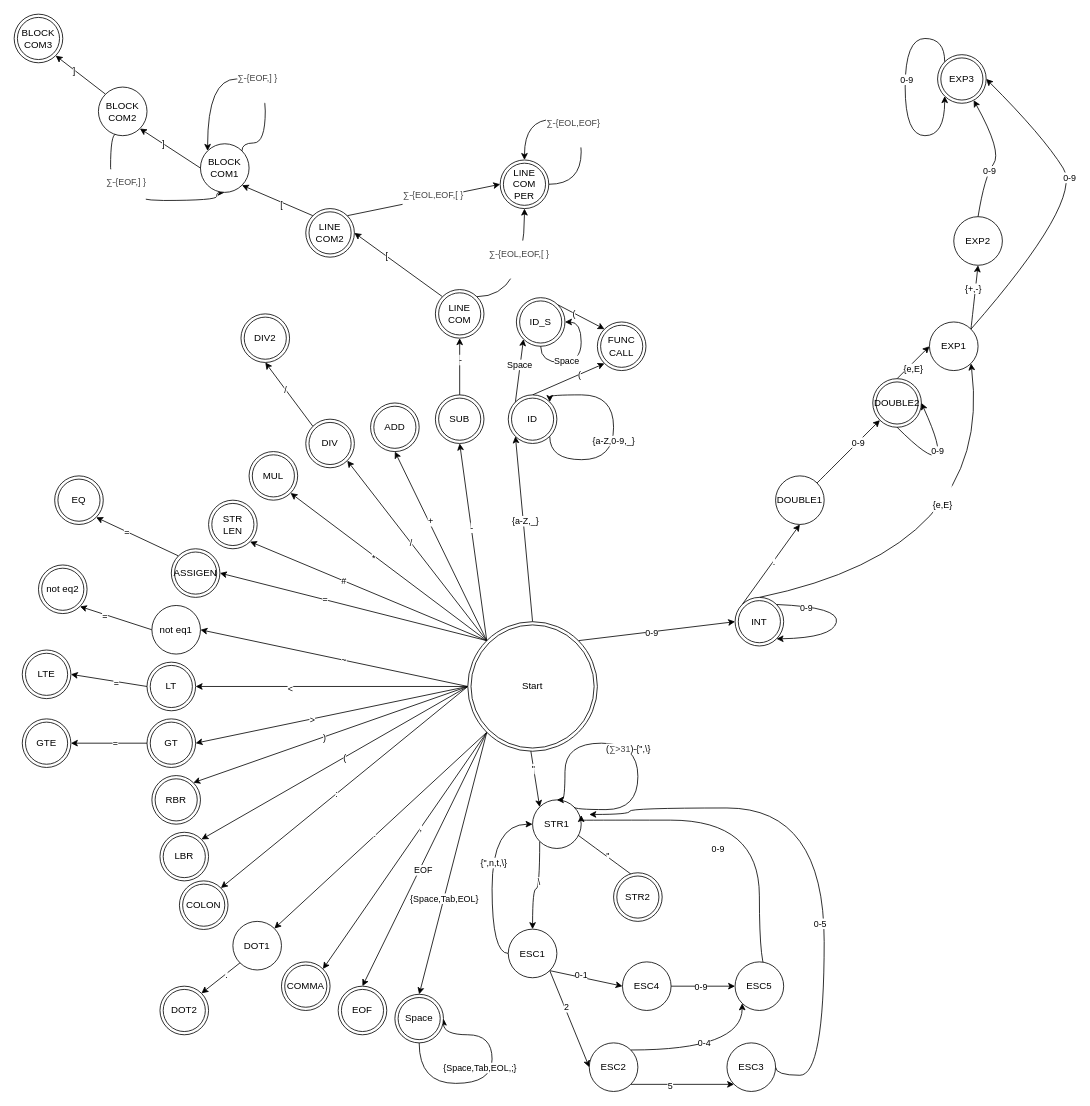
Before: doc/scaner/scaner.drawio in JakubKomar/Prekladac-jazyka-teal, a draw.io diagram. Source tidied: cells renumbered, new cells numbered last; positions are measured from the earlier drawing's top-left corner, leaving out a move shared by most shapes. Both pictures are drawn from the tidied source at 81%, with x=0, y=0 at pixel (14, 14).
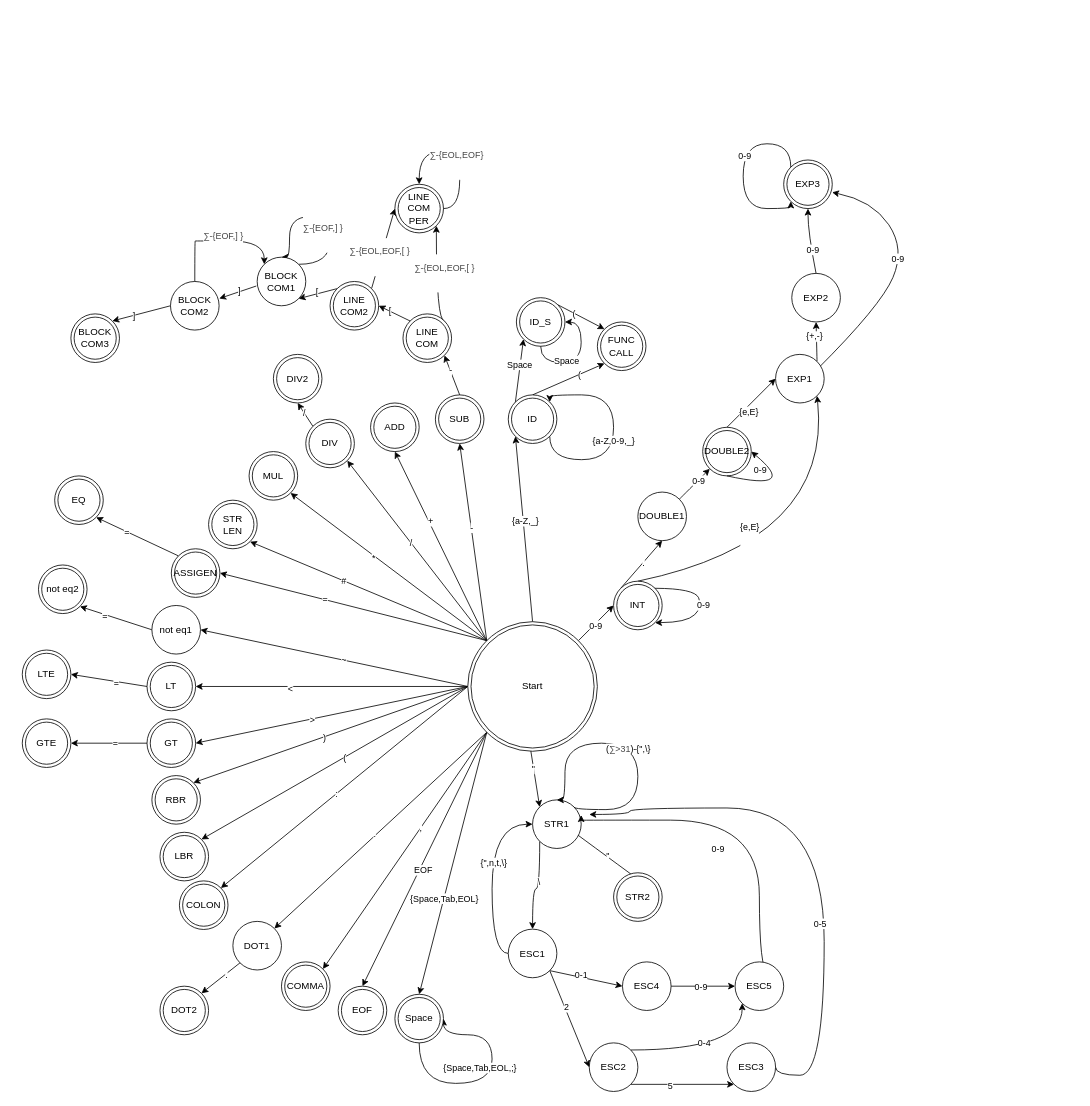
Above is the later version.

The change refers to these unchanged cells:
```xml
<mxCell id="51" value="SUB" style="ellipse;shape=doubleEllipse;whiteSpace=wrap;html=1;" parent="1" vertex="1">
  <mxGeometry x="520" y="470" width="60" height="60" as="geometry" />
</mxCell>
<mxCell id="57" style="rounded=0;jettySize=auto;html=1;exitX=1;exitY=0;exitDx=0;exitDy=0;entryX=0;entryY=0.5;entryDx=0;entryDy=0;" parent="1" edge="1" source="61" target="62">
  <mxGeometry relative="1" as="geometry" />
</mxCell>
<mxCell id="59" style="edgeStyle=none;rounded=0;jettySize=auto;html=1;exitX=0;exitY=0;exitDx=0;exitDy=0;entryX=1;entryY=1;entryDx=0;entryDy=0;" parent="1" edge="1" source="61" target="160">
  <mxGeometry relative="1" as="geometry" />
</mxCell>
```

The edit, as a diff of the source:
```diff
@@
-    <mxCell id="49" style="edgeStyle=none;rounded=0;jettySize=auto;html=1;exitX=0.5;exitY=0;exitDx=0;exitDy=0;entryX=0.5;entryY=1;entryDx=0;entryDy=0;" parent="1" edge="1" source="51" target="56">
+    <mxCell id="49" style="edgeStyle=none;rounded=0;jettySize=auto;html=1;exitX=0.5;exitY=0;exitDx=0;exitDy=0;entryX=1;entryY=1;entryDx=0;entryDy=0;" parent="1" edge="1" source="51" target="56">
       <mxGeometry relative="1" as="geometry" />
     </mxCell>
@@
-    <mxCell id="54" style="edgeStyle=orthogonalEdgeStyle;curved=1;rounded=0;jettySize=auto;html=1;exitX=1;exitY=0;exitDx=0;exitDy=0;entryX=0.5;entryY=1;entryDx=0;entryDy=0;" parent="1" edge="1" source="56" target="62">
-      <mxGeometry relative="1" as="geometry" />
+    <mxCell id="54" style="edgeStyle=orthogonalEdgeStyle;curved=1;rounded=0;jettySize=auto;html=1;exitX=1;exitY=0;exitDx=0;exitDy=0;entryX=1;entryY=1;entryDx=0;entryDy=0;" parent="1" edge="1" source="56" target="62">
+      <mxGeometry relative="1" as="geometry">
+        <Array as="points">
+          <mxPoint x="521" y="379" />
+        </Array>
+      </mxGeometry>
     </mxCell>
     <mxCell id="55" value="&lt;h1 class=&quot;entry-title&quot; style=&quot;margin: 0px 0px 20px ; padding: 0px ; border: 0px ; vertical-align: baseline ; clear: both ; line-height: 1.2 ; font-weight: normal ; color: rgb(68 , 68 , 68) ; font-family: &amp;#34;ubuntu&amp;#34; , &amp;#34;helvetica&amp;#34; , &amp;#34;arial&amp;#34; , sans-serif&quot;&gt;&lt;font style=&quot;font-size: 11px&quot;&gt;∑&lt;/font&gt;&lt;font style=&quot;font-size: 11px&quot;&gt;-{EOL,EOF,[ }&lt;/font&gt;&lt;/h1&gt;" style="edgeLabel;html=1;align=center;verticalAlign=middle;" parent="54" vertex="1">
-      <mxGeometry x="0.25" y="8" relative="1" as="geometry" />
+      <mxGeometry x="0.25" y="8" relative="1" as="geometry">
+        <mxPoint x="17" y="11" as="offset" />
+      </mxGeometry>
     </mxCell>
     <mxCell id="56" value="LINE COM" style="ellipse;shape=doubleEllipse;whiteSpace=wrap;html=1;" parent="1" vertex="1">
-      <mxGeometry x="520" y="340" width="60" height="60" as="geometry" />
+      <mxGeometry x="480" y="370" width="60" height="60" as="geometry" />
     </mxCell>
@@
     <mxCell id="58" value="&lt;h1 class=&quot;entry-title&quot; style=&quot;margin: 0px 0px 20px ; padding: 0px ; border: 0px ; vertical-align: baseline ; clear: both ; line-height: 1.2 ; font-weight: normal ; color: rgb(68 , 68 , 68) ; font-family: &amp;#34;ubuntu&amp;#34; , &amp;#34;helvetica&amp;#34; , &amp;#34;arial&amp;#34; , sans-serif&quot;&gt;&lt;font style=&quot;font-size: 11px&quot;&gt;∑&lt;/font&gt;&lt;font style=&quot;font-size: 11px&quot;&gt;-{EOL,EOF,[ }&lt;/font&gt;&lt;/h1&gt;" style="edgeLabel;html=1;align=center;verticalAlign=middle;" parent="57" vertex="1">
-      <mxGeometry x="0.11" y="-3" relative="1" as="geometry" />
+      <mxGeometry x="0.11" y="-3" relative="1" as="geometry">
+        <mxPoint x="-10" y="15" as="offset" />
+      </mxGeometry>
     </mxCell>
@@
     <mxCell id="60" value="[" style="edgeLabel;html=1;align=center;verticalAlign=middle;" parent="59" vertex="1">
       <mxGeometry x="0.23" y="-2" relative="1" as="geometry">
-        <mxPoint x="14" y="12" as="offset" />
+        <mxPoint x="4" y="-2" as="offset" />
       </mxGeometry>
     </mxCell>
     <mxCell id="61" value="LINE COM2" style="ellipse;shape=doubleEllipse;whiteSpace=wrap;html=1;" parent="1" vertex="1">
-      <mxGeometry x="360" y="240" width="60" height="60" as="geometry" />
+      <mxGeometry x="390" y="330" width="60" height="60" as="geometry" />
     </mxCell>
     <mxCell id="62" value="LINE COM PER" style="ellipse;shape=doubleEllipse;whiteSpace=wrap;html=1;" parent="1" vertex="1">
-      <mxGeometry x="600" y="180" width="60" height="60" as="geometry" />
+      <mxGeometry x="470" y="210" width="60" height="60" as="geometry" />
     </mxCell>
-    <mxCell id="63" style="rounded=0;jettySize=auto;html=1;exitX=0;exitY=0.5;exitDx=0;exitDy=0;entryX=1;entryY=1;entryDx=0;entryDy=0;" parent="1" edge="1" source="160" target="161">
+    <mxCell id="63" style="rounded=0;jettySize=auto;html=1;exitX=-0.017;exitY=0.593;exitDx=0;exitDy=0;entryX=1.003;entryY=0.351;entryDx=0;entryDy=0;entryPerimeter=0;exitPerimeter=0;" parent="1" edge="1" source="160" target="161">
       <mxGeometry relative="1" as="geometry" />
     </mxCell>
     <mxCell id="64" value="]" style="edgeLabel;html=1;align=center;verticalAlign=middle;" parent="63" vertex="1">
-      <mxGeometry x="0.24" y="1" relative="1" as="geometry" />
+      <mxGeometry x="0.24" y="1" relative="1" as="geometry">
+        <mxPoint x="7" y="-5" as="offset" />
+      </mxGeometry>
     </mxCell>
     <mxCell id="65" style="edgeStyle=orthogonalEdgeStyle;rounded=0;orthogonalLoop=1;jettySize=auto;html=1;exitX=1;exitY=0.5;exitDx=0;exitDy=0;entryX=0.5;entryY=0;entryDx=0;entryDy=0;curved=1;" parent="1" edge="1" source="62" target="62">
       <mxGeometry relative="1" as="geometry">
         <Array as="points">
-          <mxPoint x="700" y="210" />
-          <mxPoint x="700" y="130" />
-          <mxPoint x="630" y="130" />
+          <mxPoint x="550" y="240" />
+          <mxPoint x="550" y="170" />
+          <mxPoint x="500" y="170" />
         </Array>
       </mxGeometry>
     </mxCell>
@@
-    <mxCell id="68" style="edgeStyle=orthogonalEdgeStyle;curved=1;rounded=0;orthogonalLoop=1;jettySize=auto;html=1;exitX=1;exitY=0;exitDx=0;exitDy=0;entryX=0;entryY=0;entryDx=0;entryDy=0;" parent="1" edge="1" source="160" target="160">
+    <mxCell id="68" style="edgeStyle=orthogonalEdgeStyle;curved=1;rounded=0;orthogonalLoop=1;jettySize=auto;html=1;exitX=1;exitY=0;exitDx=0;exitDy=0;entryX=0.5;entryY=0;entryDx=0;entryDy=0;" parent="1" edge="1" source="160" target="160">
       <mxGeometry relative="1" as="geometry">
         <Array as="points">
-          <mxPoint x="281" y="159" />
-          <mxPoint x="310" y="159" />
-          <mxPoint x="310" y="80" />
-          <mxPoint x="239" y="80" />
+          <mxPoint x="390" y="309" />
+          <mxPoint x="390" y="250" />
+          <mxPoint x="340" y="250" />
+          <mxPoint x="340" y="300" />
         </Array>
       </mxGeometry>
     </mxCell>
     <mxCell id="69" value="&lt;h1 class=&quot;entry-title&quot; style=&quot;margin: 0px 0px 20px ; padding: 0px ; border: 0px ; vertical-align: baseline ; clear: both ; line-height: 1.2 ; font-weight: normal ; color: rgb(68 , 68 , 68) ; font-family: &amp;#34;ubuntu&amp;#34; , &amp;#34;helvetica&amp;#34; , &amp;#34;arial&amp;#34; , sans-serif&quot;&gt;&lt;font style=&quot;font-size: 11px&quot;&gt;∑&lt;/font&gt;&lt;font style=&quot;font-size: 11px&quot;&gt;-{EOF,] }&lt;/font&gt;&lt;/h1&gt;" style="edgeLabel;html=1;align=center;verticalAlign=middle;" parent="68" vertex="1">
-      <mxGeometry x="-0.08" y="5" relative="1" as="geometry" />
+      <mxGeometry x="-0.08" y="5" relative="1" as="geometry">
+        <mxPoint x="-5" y="18" as="offset" />
+      </mxGeometry>
     </mxCell>
-    <mxCell id="70" style="edgeStyle=orthogonalEdgeStyle;curved=1;rounded=0;jettySize=auto;html=1;exitX=0.36;exitY=0.967;exitDx=0;exitDy=0;entryX=0.5;entryY=1;entryDx=0;entryDy=0;exitPerimeter=0;" parent="1" edge="1" source="161" target="160">
+    <mxCell id="70" style="edgeStyle=orthogonalEdgeStyle;curved=1;rounded=0;jettySize=auto;html=1;exitX=0.5;exitY=0;exitDx=0;exitDy=0;entryX=0;entryY=0;entryDx=0;entryDy=0;" parent="1" edge="1" source="161" target="160">
       <mxGeometry relative="1" as="geometry">
         <Array as="points">
-          <mxPoint x="119" y="148" />
-          <mxPoint x="119" y="230" />
-          <mxPoint x="250" y="230" />
-          <mxPoint x="250" y="220" />
+          <mxPoint x="224" y="280" />
+          <mxPoint x="319" y="280" />
         </Array>
       </mxGeometry>
     </mxCell>
     <mxCell id="71" value="&lt;h1 class=&quot;entry-title&quot; style=&quot;margin: 0px 0px 20px ; padding: 0px ; border: 0px ; vertical-align: baseline ; clear: both ; line-height: 1.2 ; font-weight: normal ; color: rgb(68 , 68 , 68) ; font-family: &amp;#34;ubuntu&amp;#34; , &amp;#34;helvetica&amp;#34; , &amp;#34;arial&amp;#34; , sans-serif&quot;&gt;&lt;font style=&quot;font-size: 11px&quot;&gt;∑&lt;/font&gt;&lt;font style=&quot;font-size: 11px&quot;&gt;-{EOF,] }&lt;/font&gt;&lt;/h1&gt;" style="edgeLabel;html=1;align=center;verticalAlign=middle;" parent="70" vertex="1">
-      <mxGeometry x="-0.11" y="16" relative="1" as="geometry" />
+      <mxGeometry x="-0.11" y="16" relative="1" as="geometry">
+        <mxPoint x="11" y="16" as="offset" />
+      </mxGeometry>
     </mxCell>
-    <mxCell id="72" style="rounded=0;jettySize=auto;html=1;exitX=0;exitY=0;exitDx=0;exitDy=0;entryX=1;entryY=1;entryDx=0;entryDy=0;" parent="1" edge="1" source="161" target="74">
+    <mxCell id="72" style="rounded=0;jettySize=auto;html=1;exitX=0;exitY=0.5;exitDx=0;exitDy=0;entryX=1;entryY=0;entryDx=0;entryDy=0;" parent="1" edge="1" source="161" target="74">
       <mxGeometry relative="1" as="geometry" />
     </mxCell>
@@
     <mxCell id="74" value="BLOCK&lt;br&gt;COM3" style="ellipse;shape=doubleEllipse;whiteSpace=wrap;html=1;" parent="1" vertex="1">
-      <mxGeometry width="60" height="60" as="geometry" />
+      <mxGeometry x="70" y="370" width="60" height="60" as="geometry" />
     </mxCell>
@@
     <mxCell id="97" value="DIV2" style="ellipse;shape=doubleEllipse;whiteSpace=wrap;html=1;" parent="1" vertex="1">
-      <mxGeometry x="280" y="370" width="60" height="60" as="geometry" />
+      <mxGeometry x="320" y="420" width="60" height="60" as="geometry" />
     </mxCell>
@@
     <mxCell id="137" value="&#10;&#10;&lt;span style=&quot;color: rgb(0, 0, 0); font-family: helvetica; font-size: 11px; font-style: normal; font-weight: 400; letter-spacing: normal; text-align: center; text-indent: 0px; text-transform: none; word-spacing: 0px; background-color: rgb(255, 255, 255); display: inline; float: none;&quot;&gt;{e,E}&lt;/span&gt;&#10;&#10;" style="jettySize=auto;html=1;exitX=0.5;exitY=0;exitDx=0;exitDy=0;entryX=1;entryY=1;entryDx=0;entryDy=0;curved=1;" parent="1" edge="1" source="138" target="153">
-      <mxGeometry x="0.36" y="57" relative="1" as="geometry">
+      <mxGeometry x="-0.3" y="37" relative="1" as="geometry">
         <Array as="points">
-          <mxPoint x="1210" y="660" />
+          <mxPoint x="1010" y="650" />
         </Array>
       </mxGeometry>
     </mxCell>
     <mxCell id="138" value="INT" style="ellipse;shape=doubleEllipse;whiteSpace=wrap;html=1;" parent="1" vertex="1">
-      <mxGeometry x="890" y="720" width="60" height="60" as="geometry" />
+      <mxGeometry x="740" y="700" width="60" height="60" as="geometry" />
     </mxCell>
     <mxCell id="139" style="edgeStyle=none;curved=1;orthogonalLoop=1;jettySize=auto;html=1;exitX=1;exitY=0;exitDx=0;exitDy=0;entryX=1;entryY=1;entryDx=0;entryDy=0;" parent="1" edge="1" source="138" target="138">
       <mxGeometry relative="1" as="geometry">
         <Array as="points">
-          <mxPoint x="1020" y="732" />
-          <mxPoint x="1010" y="770" />
+          <mxPoint x="840" y="709" />
+          <mxPoint x="850" y="732" />
+          <mxPoint x="830" y="751" />
         </Array>
       </mxGeometry>
     </mxCell>
     <mxCell id="140" value="0-9" style="edgeLabel;html=1;align=center;verticalAlign=middle;" parent="139" vertex="1">
-      <mxGeometry x="-0.61" y="-2" relative="1" as="geometry" />
+      <mxGeometry x="-0.61" y="-2" relative="1" as="geometry">
+        <mxPoint x="32" y="19" as="offset" />
+      </mxGeometry>
     </mxCell>
@@
     <mxCell id="143" value="DOUBLE2" style="ellipse;shape=doubleEllipse;whiteSpace=wrap;html=1;" parent="1" vertex="1">
-      <mxGeometry x="1060" y="450" width="60" height="60" as="geometry" />
+      <mxGeometry x="850" y="510" width="60" height="60" as="geometry" />
     </mxCell>
@@
     <mxCell id="146" value="DOUBLE1" style="ellipse;whiteSpace=wrap;html=1;" parent="1" vertex="1">
-      <mxGeometry x="940" y="570" width="60" height="60" as="geometry" />
+      <mxGeometry x="770" y="590" width="60" height="60" as="geometry" />
     </mxCell>
     <mxCell id="147" style="edgeStyle=none;curved=1;orthogonalLoop=1;jettySize=auto;html=1;exitX=0.5;exitY=1;exitDx=0;exitDy=0;entryX=1;entryY=0.5;entryDx=0;entryDy=0;" parent="1" edge="1" source="143" target="143">
       <mxGeometry relative="1" as="geometry">
         <Array as="points">
-          <mxPoint x="1170" y="590" />
+          <mxPoint x="970" y="590" />
         </Array>
       </mxGeometry>
     </mxCell>
@@
-    <mxCell id="151" style="edgeStyle=none;curved=1;jettySize=auto;html=1;exitX=1;exitY=0;exitDx=0;exitDy=0;entryX=1;entryY=0.5;entryDx=0;entryDy=0;" parent="1" edge="1" source="153" target="157">
+    <mxCell id="151" style="edgeStyle=none;curved=1;orthogonalLoop=1;jettySize=auto;html=1;exitX=1;exitY=0;exitDx=0;exitDy=0;entryX=1;entryY=0.5;entryDx=0;entryDy=0;" parent="1" edge="1">
       <mxGeometry relative="1" as="geometry">
+        <mxPoint x="991" y="438.8" as="sourcePoint" />
+        <mxPoint x="1009.8" y="220" as="targetPoint" />
         <Array as="points">
-          <mxPoint x="1320" y="230" />
-          <mxPoint x="1270" y="150" />
+          <mxPoint x="1070" y="360" />
+          <mxPoint x="1099.8" y="290" />
+          <mxPoint x="1059.8" y="230" />
         </Array>
       </mxGeometry>
     </mxCell>
     <mxCell id="152" value="0-9" style="edgeLabel;html=1;align=center;verticalAlign=middle;" parent="151" vertex="1">
       <mxGeometry x="-0.21" y="50" relative="1" as="geometry">
-        <mxPoint x="53.3" y="-34.2" as="offset" />
+        <mxPoint x="62" y="-28" as="offset" />
       </mxGeometry>
     </mxCell>
     <mxCell id="153" value="EXP1" style="ellipse;whiteSpace=wrap;html=1;" parent="1" vertex="1">
-      <mxGeometry x="1130" y="380" width="60" height="60" as="geometry" />
+      <mxGeometry x="940" y="420" width="60" height="60" as="geometry" />
     </mxCell>
     <mxCell id="154" style="edgeStyle=none;curved=1;jettySize=auto;html=1;exitX=0.5;exitY=0;exitDx=0;exitDy=0;" parent="1" edge="1" source="156" target="157">
       <mxGeometry relative="1" as="geometry">
         <Array as="points">
-          <mxPoint x="1198" y="200" />
-          <mxPoint x="1220" y="170" />
+          <mxPoint x="980" y="270" />
         </Array>
       </mxGeometry>
     </mxCell>
@@
     <mxCell id="156" value="EXP2" style="ellipse;whiteSpace=wrap;html=1;" parent="1" vertex="1">
-      <mxGeometry x="1160" y="250" width="60" height="60" as="geometry" />
+      <mxGeometry x="960" y="320" width="60" height="60" as="geometry" />
     </mxCell>
     <mxCell id="157" value="EXP3" style="ellipse;shape=doubleEllipse;whiteSpace=wrap;html=1;" parent="1" vertex="1">
-      <mxGeometry x="1140" y="50" width="60" height="60" as="geometry" />
+      <mxGeometry x="950" y="180" width="60" height="60" as="geometry" />
     </mxCell>
     <mxCell id="158" style="edgeStyle=orthogonalEdgeStyle;curved=1;orthogonalLoop=1;jettySize=auto;html=1;exitX=0;exitY=0;exitDx=0;exitDy=0;entryX=0;entryY=1;entryDx=0;entryDy=0;" parent="1" edge="1" source="157" target="157">
       <mxGeometry relative="1" as="geometry">
         <Array as="points">
-          <mxPoint x="1149" y="30" />
-          <mxPoint x="1100" y="30" />
-          <mxPoint x="1100" y="150" />
-          <mxPoint x="1149" y="150" />
+          <mxPoint x="959" y="160" />
+          <mxPoint x="900" y="160" />
+          <mxPoint x="900" y="240" />
+          <mxPoint x="959" y="240" />
         </Array>
       </mxGeometry>
     </mxCell>
@@
     <mxCell id="160" value="&lt;span&gt;BLOCK COM1&lt;/span&gt;" style="ellipse;whiteSpace=wrap;html=1;" parent="1" vertex="1">
-      <mxGeometry x="230" y="160" width="60" height="60" as="geometry" />
+      <mxGeometry x="300" y="300" width="60" height="60" as="geometry" />
     </mxCell>
     <mxCell id="161" value="&lt;span&gt;BLOCK COM2&lt;/span&gt;" style="ellipse;whiteSpace=wrap;html=1;" parent="1" vertex="1">
-      <mxGeometry x="104" y="90" width="60" height="60" as="geometry" />
+      <mxGeometry x="193" y="330" width="60" height="60" as="geometry" />
     </mxCell>
```
